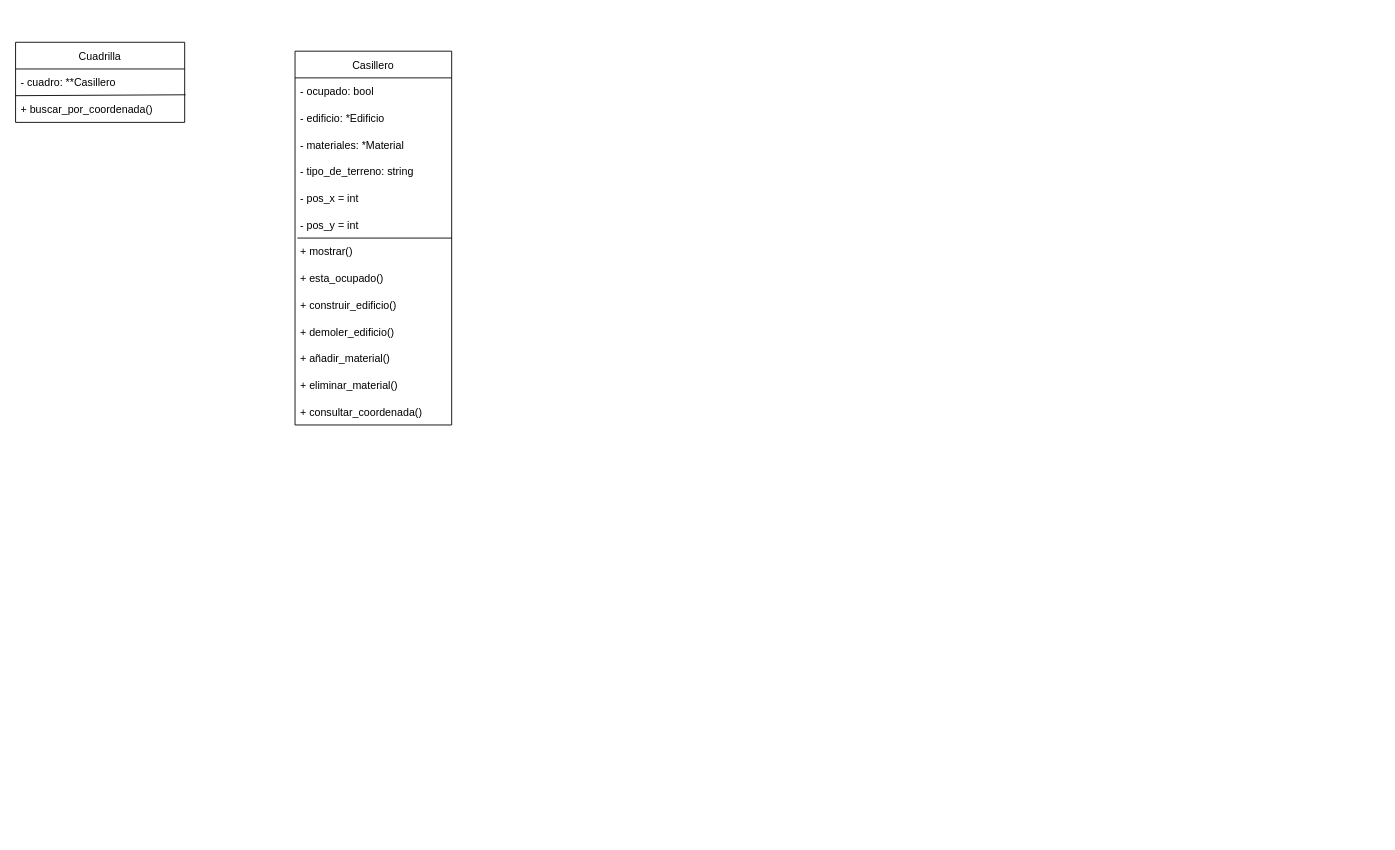
Above: Untitled Diagram.drawio in Rbartoncello/tp_2_ayp2 (draw.io), before the change. Source tidied: cells renumbered, new cells numbered last; positions are measured from the earlier drawing's top-left corner, leaving out a move shared by most shapes. Both pictures are drawn from the tidied source at 89%, with x=0, y=0 at pixel (15, 42).
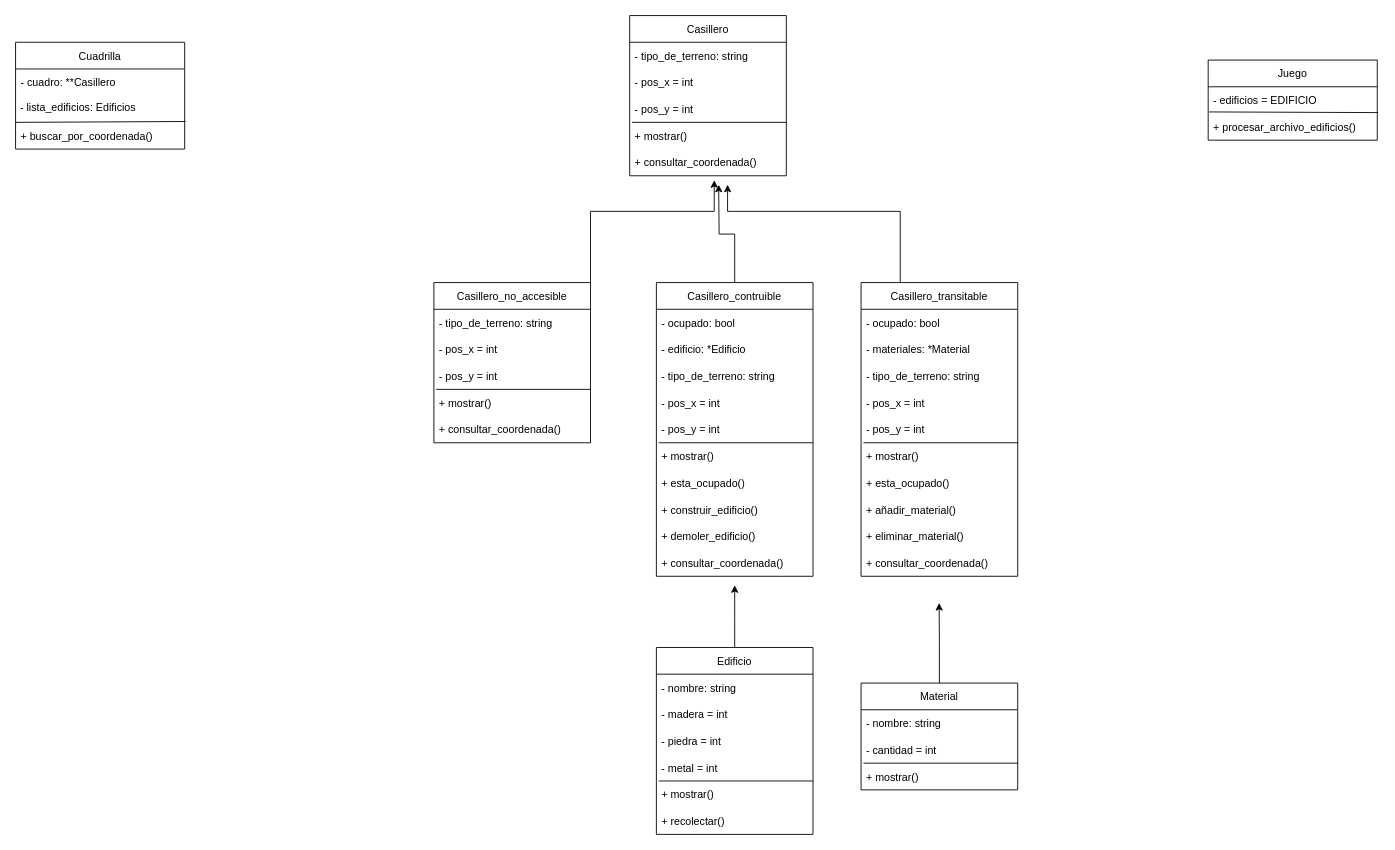
Above is the later version.

Diff of the diagram source:
```diff
@@
+    <mxCell id="21" style="edgeStyle=orthogonalEdgeStyle;rounded=0;jettySize=auto;html=1;exitX=0.5;exitY=0;exitDx=0;exitDy=0;" parent="1" edge="1" source="2">
+      <mxGeometry relative="1" as="geometry">
+        <mxPoint x="790" y="160" as="targetPoint" />
+      </mxGeometry>
+    </mxCell>
-    <mxCell id="2" value="Casillero" style="swimlane;fontStyle=0;horizontal=1;startSize=30;" parent="1" vertex="1">
-      <mxGeometry x="314" y="10" width="176" height="420" as="geometry" />
+    <mxCell id="2" value="Casillero_contruible" style="swimlane;fontStyle=0;horizontal=1;startSize=30;" parent="1" vertex="1">
+      <mxGeometry x="720" y="270" width="176" height="330" as="geometry" />
     </mxCell>
@@
-    <mxCell id="5" value="- materiales: *Material" style="text;strokeColor=none;fillColor=none;align=left;verticalAlign=middle;spacingLeft=4;spacingRight=4;overflow=hidden;" parent="2" vertex="1">
-      <mxGeometry y="90" width="176" height="30" as="geometry" />
-    </mxCell>
     <mxCell id="6" value="- tipo_de_terreno: string" style="text;strokeColor=none;fillColor=none;align=left;verticalAlign=middle;spacingLeft=4;spacingRight=4;overflow=hidden;" parent="2" vertex="1">
-      <mxGeometry y="120" width="176" height="30" as="geometry" />
+      <mxGeometry y="90" width="176" height="30" as="geometry" />
     </mxCell>
     <mxCell id="7" value="- pos_x = int" style="text;strokeColor=none;fillColor=none;align=left;verticalAlign=middle;spacingLeft=4;spacingRight=4;overflow=hidden;" parent="2" vertex="1">
-      <mxGeometry y="150" width="176" height="30" as="geometry" />
+      <mxGeometry y="120" width="176" height="30" as="geometry" />
     </mxCell>
     <mxCell id="8" value="- pos_y = int" style="text;strokeColor=none;fillColor=none;align=left;verticalAlign=middle;spacingLeft=4;spacingRight=4;overflow=hidden;" parent="2" vertex="1">
-      <mxGeometry y="180" width="176" height="30" as="geometry" />
+      <mxGeometry y="150" width="176" height="30" as="geometry" />
     </mxCell>
@@
     <mxCell id="10" value="+ mostrar()" style="text;strokeColor=none;fillColor=none;align=left;verticalAlign=middle;spacingLeft=4;spacingRight=4;overflow=hidden;points=[[0,0.5],[1,0.5]];portConstraint=eastwest;" parent="2" vertex="1">
-      <mxGeometry y="210" width="176" height="30" as="geometry" />
+      <mxGeometry y="180" width="176" height="30" as="geometry" />
     </mxCell>
     <mxCell id="11" value="+ esta_ocupado()" style="text;strokeColor=none;fillColor=none;align=left;verticalAlign=middle;spacingLeft=4;spacingRight=4;overflow=hidden;" parent="2" vertex="1">
-      <mxGeometry y="240" width="176" height="30" as="geometry" />
+      <mxGeometry y="210" width="176" height="30" as="geometry" />
     </mxCell>
     <mxCell id="12" value="+ construir_edificio()" style="text;strokeColor=none;fillColor=none;align=left;verticalAlign=middle;spacingLeft=4;spacingRight=4;overflow=hidden;" parent="2" vertex="1">
-      <mxGeometry y="270" width="176" height="30" as="geometry" />
+      <mxGeometry y="240" width="176" height="30" as="geometry" />
     </mxCell>
     <mxCell id="13" value="+ demoler_edificio()" style="text;strokeColor=none;fillColor=none;align=left;verticalAlign=middle;spacingLeft=4;spacingRight=4;overflow=hidden;" parent="2" vertex="1">
-      <mxGeometry y="300" width="176" height="30" as="geometry" />
+      <mxGeometry y="270" width="176" height="30" as="geometry" />
     </mxCell>
-    <mxCell id="14" value="+ añadir_material()" style="text;strokeColor=none;fillColor=none;align=left;verticalAlign=middle;spacingLeft=4;spacingRight=4;overflow=hidden;" parent="2" vertex="1">
-      <mxGeometry y="330" width="176" height="30" as="geometry" />
-    </mxCell>
-    <mxCell id="15" value="+ eliminar_material()" style="text;strokeColor=none;fillColor=none;align=left;verticalAlign=middle;spacingLeft=4;spacingRight=4;overflow=hidden;" parent="2" vertex="1">
-      <mxGeometry y="360" width="176" height="30" as="geometry" />
-    </mxCell>
     <mxCell id="16" value="+ consultar_coordenada()" style="text;strokeColor=none;fillColor=none;align=left;verticalAlign=middle;spacingLeft=4;spacingRight=4;overflow=hidden;" parent="2" vertex="1">
-      <mxGeometry y="390" width="176" height="30" as="geometry" />
+      <mxGeometry y="300" width="176" height="30" as="geometry" />
     </mxCell>
     <mxCell id="17" value="Cuadrilla" style="swimlane;fontStyle=0;horizontal=1;startSize=30;" parent="1" vertex="1">
-      <mxGeometry width="190" height="90" as="geometry" />
+      <mxGeometry width="190" height="120" as="geometry" />
     </mxCell>
@@
+    <mxCell id="22" value="&amp;nbsp;- lista_edificios: Edificios" style="text;whiteSpace=wrap;html=1;" parent="17" vertex="1">
+      <mxGeometry y="60" width="190" height="30" as="geometry" />
+    </mxCell>
     <mxCell id="19" value="+ buscar_por_coordenada()" style="text;strokeColor=none;fillColor=none;align=left;verticalAlign=middle;spacingLeft=4;spacingRight=4;overflow=hidden;points=[[0,0.5],[1,0.5]];portConstraint=eastwest;" parent="17" vertex="1">
-      <mxGeometry y="60" width="190" height="30" as="geometry" />
+      <mxGeometry y="90" width="190" height="30" as="geometry" />
     </mxCell>
-    <mxCell id="20" style="endArrow=none;html=1;rounded=0;entryX=1.005;entryY=-0.033;entryDx=0;entryDy=0;entryPerimeter=0;" parent="17" edge="1" target="19">
-      <mxGeometry relative="1" as="geometry">
-        <mxPoint y="60" as="sourcePoint" />
-      </mxGeometry>
+    <mxCell id="20" style="endArrow=none;html=1;rounded=0;entryX=1.005;entryY=-0.033;entryDx=0;entryDy=0;entryPerimeter=0;exitX=0;exitY=1;exitDx=0;exitDy=0;" parent="17" edge="1" source="22" target="19">
+      <mxGeometry relative="1" as="geometry" />
     </mxCell>
+    <mxCell id="23" style="edgeStyle=orthogonalEdgeStyle;rounded=0;jettySize=auto;html=1;exitX=0.25;exitY=0;exitDx=0;exitDy=0;" parent="1" edge="1" source="24">
+      <mxGeometry relative="1" as="geometry">
+        <mxPoint x="800" y="160" as="targetPoint" />
+        <Array as="points">
+          <mxPoint x="994" y="190" />
+          <mxPoint x="800" y="190" />
+        </Array>
+      </mxGeometry>
+    </mxCell>
+    <mxCell id="24" value="Casillero_transitable" style="swimlane;fontStyle=0;horizontal=1;startSize=30;" parent="1" vertex="1">
+      <mxGeometry x="950" y="270" width="176" height="330" as="geometry" />
+    </mxCell>
+    <mxCell id="25" value="- ocupado: bool" style="text;strokeColor=none;fillColor=none;align=left;verticalAlign=middle;spacingLeft=4;spacingRight=4;overflow=hidden;" parent="24" vertex="1">
+      <mxGeometry y="30" width="176" height="30" as="geometry" />
+    </mxCell>
+    <mxCell id="5" value="- materiales: *Material" style="text;strokeColor=none;fillColor=none;align=left;verticalAlign=middle;spacingLeft=4;spacingRight=4;overflow=hidden;" parent="24" vertex="1">
+      <mxGeometry y="60" width="176" height="30" as="geometry" />
+    </mxCell>
+    <mxCell id="26" value="- tipo_de_terreno: string" style="text;strokeColor=none;fillColor=none;align=left;verticalAlign=middle;spacingLeft=4;spacingRight=4;overflow=hidden;" parent="24" vertex="1">
+      <mxGeometry y="90" width="176" height="30" as="geometry" />
+    </mxCell>
+    <mxCell id="27" value="- pos_x = int" style="text;strokeColor=none;fillColor=none;align=left;verticalAlign=middle;spacingLeft=4;spacingRight=4;overflow=hidden;" parent="24" vertex="1">
+      <mxGeometry y="120" width="176" height="30" as="geometry" />
+    </mxCell>
+    <mxCell id="28" value="- pos_y = int" style="text;strokeColor=none;fillColor=none;align=left;verticalAlign=middle;spacingLeft=4;spacingRight=4;overflow=hidden;" parent="24" vertex="1">
+      <mxGeometry y="150" width="176" height="30" as="geometry" />
+    </mxCell>
+    <mxCell id="29" style="endArrow=none;html=1;rounded=0;entryX=1.002;entryY=0;entryDx=0;entryDy=0;entryPerimeter=0;exitX=0.015;exitY=0;exitDx=0;exitDy=0;exitPerimeter=0;" parent="24" edge="1" source="30" target="30">
+      <mxGeometry relative="1" as="geometry" />
+    </mxCell>
+    <mxCell id="30" value="+ mostrar()" style="text;strokeColor=none;fillColor=none;align=left;verticalAlign=middle;spacingLeft=4;spacingRight=4;overflow=hidden;points=[[0,0.5],[1,0.5]];portConstraint=eastwest;" parent="24" vertex="1">
+      <mxGeometry y="180" width="176" height="30" as="geometry" />
+    </mxCell>
+    <mxCell id="31" value="+ esta_ocupado()" style="text;strokeColor=none;fillColor=none;align=left;verticalAlign=middle;spacingLeft=4;spacingRight=4;overflow=hidden;" parent="24" vertex="1">
+      <mxGeometry y="210" width="176" height="30" as="geometry" />
+    </mxCell>
+    <mxCell id="14" value="+ añadir_material()" style="text;strokeColor=none;fillColor=none;align=left;verticalAlign=middle;spacingLeft=4;spacingRight=4;overflow=hidden;" parent="24" vertex="1">
+      <mxGeometry y="240" width="176" height="30" as="geometry" />
+    </mxCell>
+    <mxCell id="15" value="+ eliminar_material()" style="text;strokeColor=none;fillColor=none;align=left;verticalAlign=middle;spacingLeft=4;spacingRight=4;overflow=hidden;" parent="24" vertex="1">
+      <mxGeometry y="270" width="176" height="30" as="geometry" />
+    </mxCell>
+    <mxCell id="32" value="+ consultar_coordenada()" style="text;strokeColor=none;fillColor=none;align=left;verticalAlign=middle;spacingLeft=4;spacingRight=4;overflow=hidden;" parent="24" vertex="1">
+      <mxGeometry y="300" width="176" height="30" as="geometry" />
+    </mxCell>
+    <mxCell id="33" style="edgeStyle=orthogonalEdgeStyle;rounded=0;jettySize=auto;html=1;exitX=1;exitY=0;exitDx=0;exitDy=0;entryX=0.54;entryY=1.167;entryDx=0;entryDy=0;entryPerimeter=0;" parent="1" edge="1" source="34" target="47">
+      <mxGeometry relative="1" as="geometry">
+        <Array as="points">
+          <mxPoint x="646" y="190" />
+          <mxPoint x="785" y="190" />
+        </Array>
+      </mxGeometry>
+    </mxCell>
+    <mxCell id="34" value="Casillero_no_accesible" style="swimlane;fontStyle=0;horizontal=1;startSize=30;" parent="1" vertex="1">
+      <mxGeometry x="470" y="270" width="176" height="180" as="geometry" />
+    </mxCell>
+    <mxCell id="35" value="- tipo_de_terreno: string" style="text;strokeColor=none;fillColor=none;align=left;verticalAlign=middle;spacingLeft=4;spacingRight=4;overflow=hidden;" parent="34" vertex="1">
+      <mxGeometry y="30" width="176" height="30" as="geometry" />
+    </mxCell>
+    <mxCell id="36" value="- pos_x = int" style="text;strokeColor=none;fillColor=none;align=left;verticalAlign=middle;spacingLeft=4;spacingRight=4;overflow=hidden;" parent="34" vertex="1">
+      <mxGeometry y="60" width="176" height="30" as="geometry" />
+    </mxCell>
+    <mxCell id="37" value="- pos_y = int" style="text;strokeColor=none;fillColor=none;align=left;verticalAlign=middle;spacingLeft=4;spacingRight=4;overflow=hidden;" parent="34" vertex="1">
+      <mxGeometry y="90" width="176" height="30" as="geometry" />
+    </mxCell>
+    <mxCell id="38" style="endArrow=none;html=1;rounded=0;entryX=1.002;entryY=0;entryDx=0;entryDy=0;entryPerimeter=0;exitX=0.015;exitY=0;exitDx=0;exitDy=0;exitPerimeter=0;" parent="34" edge="1" source="39" target="39">
+      <mxGeometry relative="1" as="geometry" />
+    </mxCell>
+    <mxCell id="39" value="+ mostrar()" style="text;strokeColor=none;fillColor=none;align=left;verticalAlign=middle;spacingLeft=4;spacingRight=4;overflow=hidden;points=[[0,0.5],[1,0.5]];portConstraint=eastwest;" parent="34" vertex="1">
+      <mxGeometry y="120" width="176" height="30" as="geometry" />
+    </mxCell>
+    <mxCell id="40" value="+ consultar_coordenada()" style="text;strokeColor=none;fillColor=none;align=left;verticalAlign=middle;spacingLeft=4;spacingRight=4;overflow=hidden;" parent="34" vertex="1">
+      <mxGeometry y="150" width="176" height="30" as="geometry" />
+    </mxCell>
+    <mxCell id="41" value="Casillero" style="swimlane;fontStyle=0;horizontal=1;startSize=30;" parent="1" vertex="1">
+      <mxGeometry x="690" y="-30" width="176" height="180" as="geometry" />
+    </mxCell>
+    <mxCell id="42" value="- tipo_de_terreno: string" style="text;strokeColor=none;fillColor=none;align=left;verticalAlign=middle;spacingLeft=4;spacingRight=4;overflow=hidden;" parent="41" vertex="1">
+      <mxGeometry y="30" width="176" height="30" as="geometry" />
+    </mxCell>
+    <mxCell id="43" value="- pos_x = int" style="text;strokeColor=none;fillColor=none;align=left;verticalAlign=middle;spacingLeft=4;spacingRight=4;overflow=hidden;" parent="41" vertex="1">
+      <mxGeometry y="60" width="176" height="30" as="geometry" />
+    </mxCell>
+    <mxCell id="44" value="- pos_y = int" style="text;strokeColor=none;fillColor=none;align=left;verticalAlign=middle;spacingLeft=4;spacingRight=4;overflow=hidden;" parent="41" vertex="1">
+      <mxGeometry y="90" width="176" height="30" as="geometry" />
+    </mxCell>
+    <mxCell id="45" style="endArrow=none;html=1;rounded=0;entryX=1.002;entryY=0;entryDx=0;entryDy=0;entryPerimeter=0;exitX=0.015;exitY=0;exitDx=0;exitDy=0;exitPerimeter=0;" parent="41" edge="1" source="46" target="46">
+      <mxGeometry relative="1" as="geometry" />
+    </mxCell>
+    <mxCell id="46" value="+ mostrar()" style="text;strokeColor=none;fillColor=none;align=left;verticalAlign=middle;spacingLeft=4;spacingRight=4;overflow=hidden;points=[[0,0.5],[1,0.5]];portConstraint=eastwest;" parent="41" vertex="1">
+      <mxGeometry y="120" width="176" height="30" as="geometry" />
+    </mxCell>
+    <mxCell id="47" value="+ consultar_coordenada()" style="text;strokeColor=none;fillColor=none;align=left;verticalAlign=middle;spacingLeft=4;spacingRight=4;overflow=hidden;points=[[0,0.5],[1,0.5]];portConstraint=eastwest;" parent="41" vertex="1">
+      <mxGeometry y="150" width="176" height="30" as="geometry" />
+    </mxCell>
+    <mxCell id="48" style="edgeStyle=orthogonalEdgeStyle;rounded=0;jettySize=auto;html=1;exitX=0.5;exitY=0;exitDx=0;exitDy=0;" parent="1" edge="1" source="49">
+      <mxGeometry relative="1" as="geometry">
+        <mxPoint x="808" y="610" as="targetPoint" />
+      </mxGeometry>
+    </mxCell>
+    <mxCell id="49" value="Edificio" style="swimlane;fontStyle=0;horizontal=1;startSize=30;" parent="1" vertex="1">
+      <mxGeometry x="720" y="680" width="176" height="210" as="geometry" />
+    </mxCell>
+    <mxCell id="50" value="- nombre: string" style="text;strokeColor=none;fillColor=none;align=left;verticalAlign=middle;spacingLeft=4;spacingRight=4;overflow=hidden;" parent="49" vertex="1">
+      <mxGeometry y="30" width="176" height="30" as="geometry" />
+    </mxCell>
+    <mxCell id="51" value="- madera = int" style="text;strokeColor=none;fillColor=none;align=left;verticalAlign=middle;spacingLeft=4;spacingRight=4;overflow=hidden;" parent="49" vertex="1">
+      <mxGeometry y="60" width="176" height="30" as="geometry" />
+    </mxCell>
+    <mxCell id="52" value="- piedra = int" style="text;strokeColor=none;fillColor=none;align=left;verticalAlign=middle;spacingLeft=4;spacingRight=4;overflow=hidden;" parent="49" vertex="1">
+      <mxGeometry y="90" width="176" height="30" as="geometry" />
+    </mxCell>
+    <mxCell id="53" style="endArrow=none;html=1;rounded=0;entryX=1.002;entryY=0;entryDx=0;entryDy=0;entryPerimeter=0;exitX=0.015;exitY=0;exitDx=0;exitDy=0;exitPerimeter=0;" parent="49" edge="1" source="55" target="55">
+      <mxGeometry relative="1" as="geometry" />
+    </mxCell>
+    <mxCell id="54" value="- metal = int" style="text;strokeColor=none;fillColor=none;align=left;verticalAlign=middle;spacingLeft=4;spacingRight=4;overflow=hidden;" parent="49" vertex="1">
+      <mxGeometry y="120" width="176" height="30" as="geometry" />
+    </mxCell>
+    <mxCell id="55" value="+ mostrar()" style="text;strokeColor=none;fillColor=none;align=left;verticalAlign=middle;spacingLeft=4;spacingRight=4;overflow=hidden;points=[[0,0.5],[1,0.5]];portConstraint=eastwest;" parent="49" vertex="1">
+      <mxGeometry y="150" width="176" height="30" as="geometry" />
+    </mxCell>
+    <mxCell id="56" value="+ recolectar()" style="text;strokeColor=none;fillColor=none;align=left;verticalAlign=middle;spacingLeft=4;spacingRight=4;overflow=hidden;" parent="49" vertex="1">
+      <mxGeometry y="180" width="176" height="30" as="geometry" />
+    </mxCell>
+    <mxCell id="57" style="edgeStyle=orthogonalEdgeStyle;rounded=0;jettySize=auto;html=1;exitX=0.5;exitY=0;exitDx=0;exitDy=0;" parent="1" edge="1" source="58">
+      <mxGeometry relative="1" as="geometry">
+        <mxPoint x="1037.7" y="630" as="targetPoint" />
+      </mxGeometry>
+    </mxCell>
+    <mxCell id="58" value="Material" style="swimlane;fontStyle=0;horizontal=1;startSize=30;" parent="1" vertex="1">
+      <mxGeometry x="950" y="720" width="176" height="120" as="geometry" />
+    </mxCell>
+    <mxCell id="59" value="- nombre: string" style="text;strokeColor=none;fillColor=none;align=left;verticalAlign=middle;spacingLeft=4;spacingRight=4;overflow=hidden;" parent="58" vertex="1">
+      <mxGeometry y="30" width="176" height="30" as="geometry" />
+    </mxCell>
+    <mxCell id="60" value="- cantidad = int" style="text;strokeColor=none;fillColor=none;align=left;verticalAlign=middle;spacingLeft=4;spacingRight=4;overflow=hidden;" parent="58" vertex="1">
+      <mxGeometry y="60" width="176" height="30" as="geometry" />
+    </mxCell>
+    <mxCell id="61" style="endArrow=none;html=1;rounded=0;entryX=1.002;entryY=0;entryDx=0;entryDy=0;entryPerimeter=0;exitX=0.015;exitY=0;exitDx=0;exitDy=0;exitPerimeter=0;" parent="58" edge="1" source="62" target="62">
+      <mxGeometry relative="1" as="geometry" />
+    </mxCell>
+    <mxCell id="62" value="+ mostrar()" style="text;strokeColor=none;fillColor=none;align=left;verticalAlign=middle;spacingLeft=4;spacingRight=4;overflow=hidden;points=[[0,0.5],[1,0.5]];portConstraint=eastwest;" parent="58" vertex="1">
+      <mxGeometry y="90" width="176" height="30" as="geometry" />
+    </mxCell>
+    <mxCell id="63" value="Juego" style="swimlane;fontStyle=0;horizontal=1;startSize=30;" parent="1" vertex="1">
+      <mxGeometry x="1340" y="20" width="190" height="90" as="geometry" />
+    </mxCell>
+    <mxCell id="64" value="- edificios = EDIFICIO" style="text;strokeColor=none;fillColor=none;align=left;verticalAlign=middle;spacingLeft=4;spacingRight=4;overflow=hidden;" parent="63" vertex="1">
+      <mxGeometry y="30" width="190" height="30" as="geometry" />
+    </mxCell>
+    <mxCell id="65" value="+ procesar_archivo_edificios()" style="text;strokeColor=none;fillColor=none;align=left;verticalAlign=middle;spacingLeft=4;spacingRight=4;overflow=hidden;points=[[0,0.5],[1,0.5]];portConstraint=eastwest;" parent="63" vertex="1">
+      <mxGeometry y="60" width="190" height="30" as="geometry" />
+    </mxCell>
+    <mxCell id="66" style="endArrow=none;html=1;rounded=0;entryX=1.005;entryY=-0.033;entryDx=0;entryDy=0;entryPerimeter=0;exitX=0.006;exitY=-0.058;exitDx=0;exitDy=0;exitPerimeter=0;" parent="63" edge="1" source="65" target="65">
+      <mxGeometry relative="1" as="geometry" />
+    </mxCell>
```
